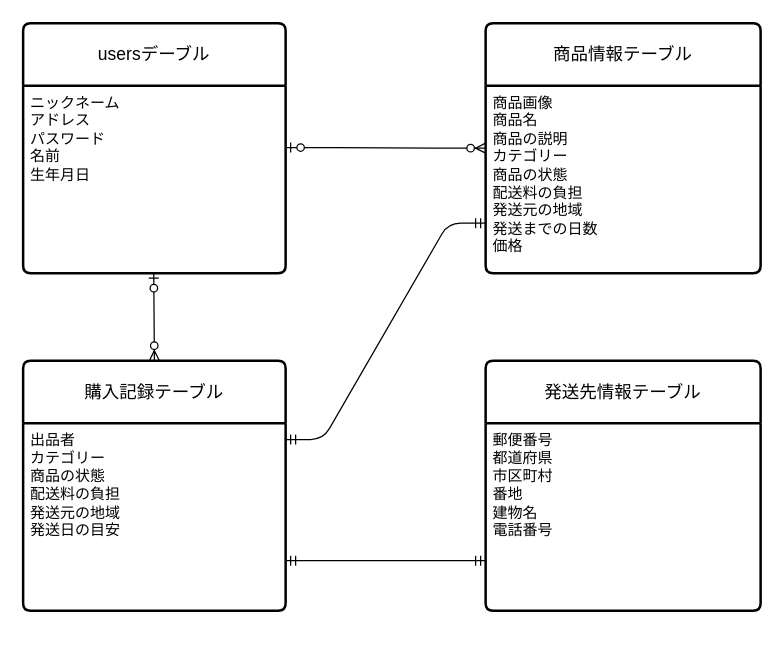
This is furima.dio from kenta9502/furima-41665, a draw.io file, before an edit. Source tidied: cells renumbered, new cells numbered last; positions are measured from the earlier drawing's top-left corner, leaving out a move shared by most shapes. Both pictures are drawn from the tidied source at 125%, with x=0, y=0 at pixel (22, 22).
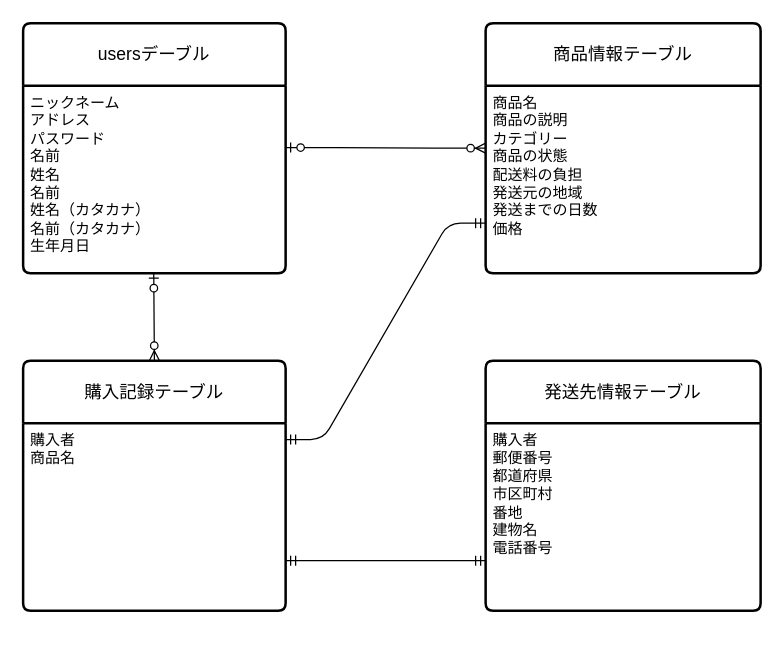
The same page after the edit.

Commit message (it also covers changes not shown here):
ER図、README修正①

Unchanged cells that the change refers to:
```xml
<mxCell id="2" value="usersデーブル" style="swimlane;horizontal=1;startSize=50;rounded=1;fontSize=14;fontStyle=0;strokeWidth=2;shadow=0;dashed=0;align=center;arcSize=4;whiteSpace=wrap;html=1;" parent="1" vertex="1">
  <mxGeometry width="210" height="200" as="geometry" />
</mxCell>
<mxCell id="4" value="商品情報テーブル" style="swimlane;horizontal=1;startSize=50;rounded=1;fontSize=14;fontStyle=0;strokeWidth=2;shadow=0;dashed=0;align=center;arcSize=4;whiteSpace=wrap;html=1;" parent="1" vertex="1">
  <mxGeometry x="370" width="220" height="200" as="geometry" />
</mxCell>
<mxCell id="7" value="購入記録テーブル" style="swimlane;horizontal=1;startSize=50;rounded=1;fontSize=14;fontStyle=0;strokeWidth=2;shadow=0;dashed=0;align=center;arcSize=4;whiteSpace=wrap;html=1;" parent="1" vertex="1">
  <mxGeometry y="270" width="210" height="200" as="geometry" />
</mxCell>
<mxCell id="10" value="発送先情報テーブル" style="swimlane;horizontal=1;startSize=50;rounded=1;fontSize=14;fontStyle=0;strokeWidth=2;shadow=0;dashed=0;align=center;arcSize=4;whiteSpace=wrap;html=1;" parent="1" vertex="1">
  <mxGeometry x="370" y="270" width="220" height="200" as="geometry" />
</mxCell>
```

The edit, as a diff of the source:
```diff
@@
-    <mxCell id="3" value="ニックネーム&lt;div&gt;アドレス&lt;/div&gt;&lt;div&gt;パスワード&lt;/div&gt;&lt;div&gt;名前&lt;/div&gt;&lt;div&gt;生年月日&lt;/div&gt;" style="align=left;strokeColor=none;fillColor=none;spacingLeft=4;fontSize=12;verticalAlign=top;html=1;" parent="2" vertex="1">
+    <mxCell id="3" value="ニックネーム&lt;div&gt;アドレス&lt;/div&gt;&lt;div&gt;パスワード&lt;/div&gt;&lt;div&gt;名前&lt;/div&gt;&lt;div&gt;姓名&lt;/div&gt;&lt;div&gt;名前&lt;/div&gt;&lt;div&gt;姓名（カタカナ）&lt;/div&gt;&lt;div&gt;名前（カタカナ）&lt;/div&gt;&lt;div&gt;生年月日&lt;/div&gt;" style="align=left;strokeColor=none;fillColor=none;spacingLeft=4;fontSize=12;verticalAlign=top;html=1;" parent="2" vertex="1">
       <mxGeometry y="50" width="210" height="150" as="geometry" />
     </mxCell>
@@
-    <mxCell id="5" value="商品画像&lt;div&gt;商品名&lt;/div&gt;&lt;div&gt;商品の説明&lt;/div&gt;&lt;div&gt;カテゴリー&lt;/div&gt;&lt;div&gt;商品の状態&lt;/div&gt;&lt;div&gt;配送料の負担&lt;/div&gt;&lt;div&gt;発送元の地域&lt;/div&gt;&lt;div&gt;発送までの日数&lt;/div&gt;&lt;div&gt;価格&lt;/div&gt;" style="align=left;strokeColor=none;fillColor=none;spacingLeft=4;fontSize=12;verticalAlign=top;html=1;" parent="4" vertex="1">
+    <mxCell id="5" value="&lt;div&gt;商品名&lt;/div&gt;&lt;div&gt;商品の説明&lt;/div&gt;&lt;div&gt;カテゴリー&lt;/div&gt;&lt;div&gt;商品の状態&lt;/div&gt;&lt;div&gt;配送料の負担&lt;/div&gt;&lt;div&gt;発送元の地域&lt;/div&gt;&lt;div&gt;発送までの日数&lt;/div&gt;&lt;div&gt;価格&lt;/div&gt;" style="align=left;strokeColor=none;fillColor=none;spacingLeft=4;fontSize=12;verticalAlign=top;html=1;" parent="4" vertex="1">
       <mxGeometry y="50" width="220" height="150" as="geometry" />
     </mxCell>
@@
-    <mxCell id="9" value="出品者&lt;div&gt;カテゴリー&lt;/div&gt;&lt;div&gt;商品の状態&lt;/div&gt;&lt;div&gt;配送料の負担&lt;/div&gt;&lt;div&gt;発送元の地域&lt;/div&gt;&lt;div&gt;発送日の目安&lt;/div&gt;" style="align=left;strokeColor=none;fillColor=none;spacingLeft=4;fontSize=12;verticalAlign=top;html=1;" parent="7" vertex="1">
+    <mxCell id="9" value="購入者&lt;div&gt;&lt;font color=&quot;#000000&quot;&gt;商品名&lt;br&gt;&lt;/font&gt;&lt;div&gt;&lt;br&gt;&lt;/div&gt;&lt;/div&gt;" style="align=left;strokeColor=none;fillColor=none;spacingLeft=4;fontSize=12;verticalAlign=top;html=1;" parent="7" vertex="1">
       <mxGeometry y="50" width="210" height="150" as="geometry" />
     </mxCell>
@@
-    <mxCell id="11" value="郵便番号&lt;div&gt;都道府県&lt;/div&gt;&lt;div&gt;市区町村&lt;/div&gt;&lt;div&gt;番地&lt;/div&gt;&lt;div&gt;建物名&lt;/div&gt;&lt;div&gt;電話番号&lt;/div&gt;&lt;div&gt;&lt;br&gt;&lt;/div&gt;" style="align=left;strokeColor=none;fillColor=none;spacingLeft=4;fontSize=12;verticalAlign=top;html=1;" parent="10" vertex="1">
+    <mxCell id="11" value="&lt;div&gt;購入者&lt;/div&gt;郵便番号&lt;div&gt;都道府県&lt;/div&gt;&lt;div&gt;市区町村&lt;/div&gt;&lt;div&gt;番地&lt;/div&gt;&lt;div&gt;建物名&lt;/div&gt;&lt;div&gt;電話番号&lt;/div&gt;&lt;div&gt;&lt;br&gt;&lt;/div&gt;" style="align=left;strokeColor=none;fillColor=none;spacingLeft=4;fontSize=12;verticalAlign=top;html=1;" parent="10" vertex="1">
       <mxGeometry y="50" width="220" height="150" as="geometry" />
     </mxCell>
```
